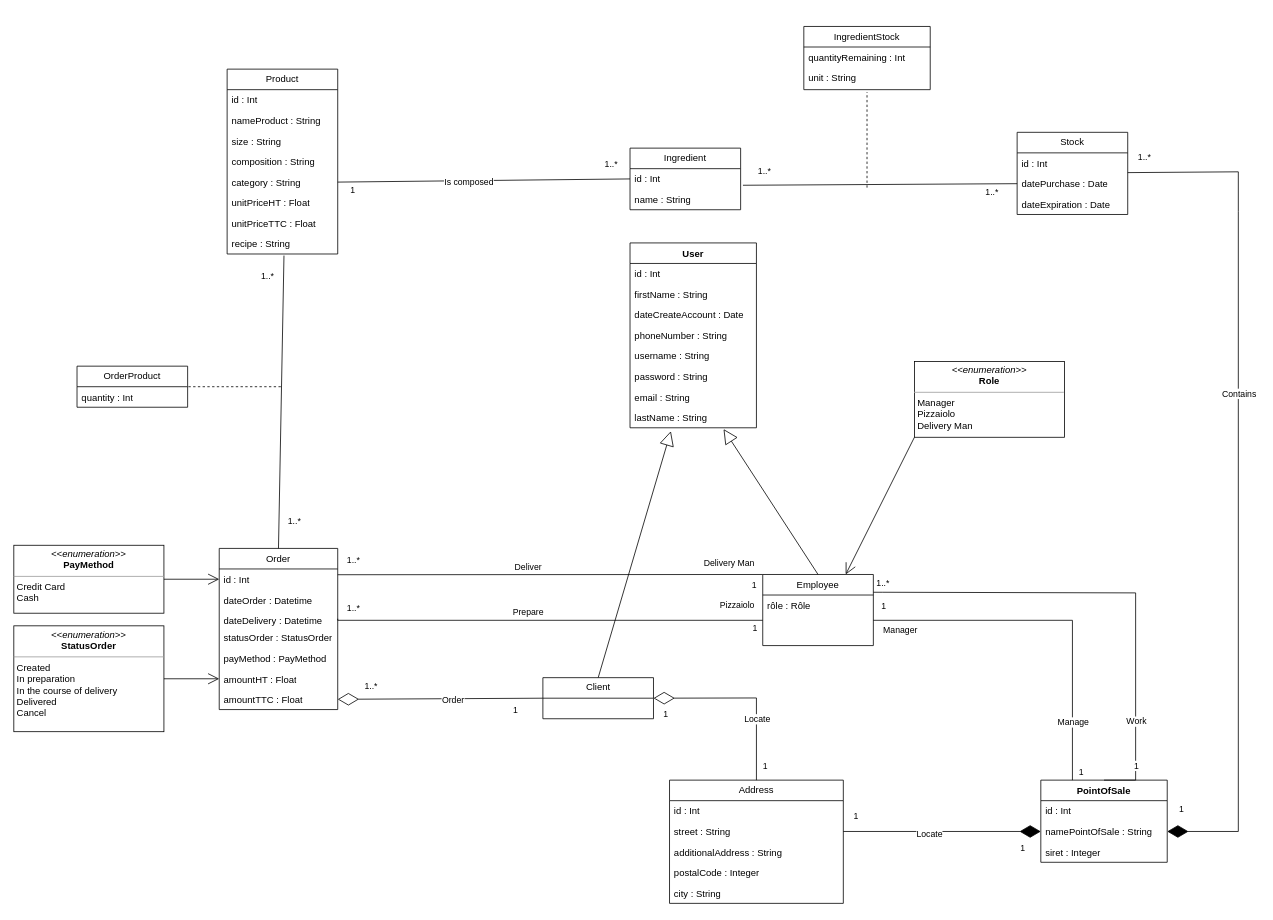
valentinfamery/Openclassrooms-Project-8 keeps this draw.io diagram as Concevez la solution technique d’un système de gestion de pizzerias_Famery_Valentin_/Famery_Valentin_1_diagramme_de_classe_mmaaaa/ClassGestionPizzeria.drawio. Above is the earlier version. Source tidied: cells renumbered, new cells numbered last; positions are measured from the earlier drawing's top-left corner, leaving out a move shared by most shapes. Both pictures are drawn from the tidied source at 79%, with x=0, y=0 at pixel (13, 26).
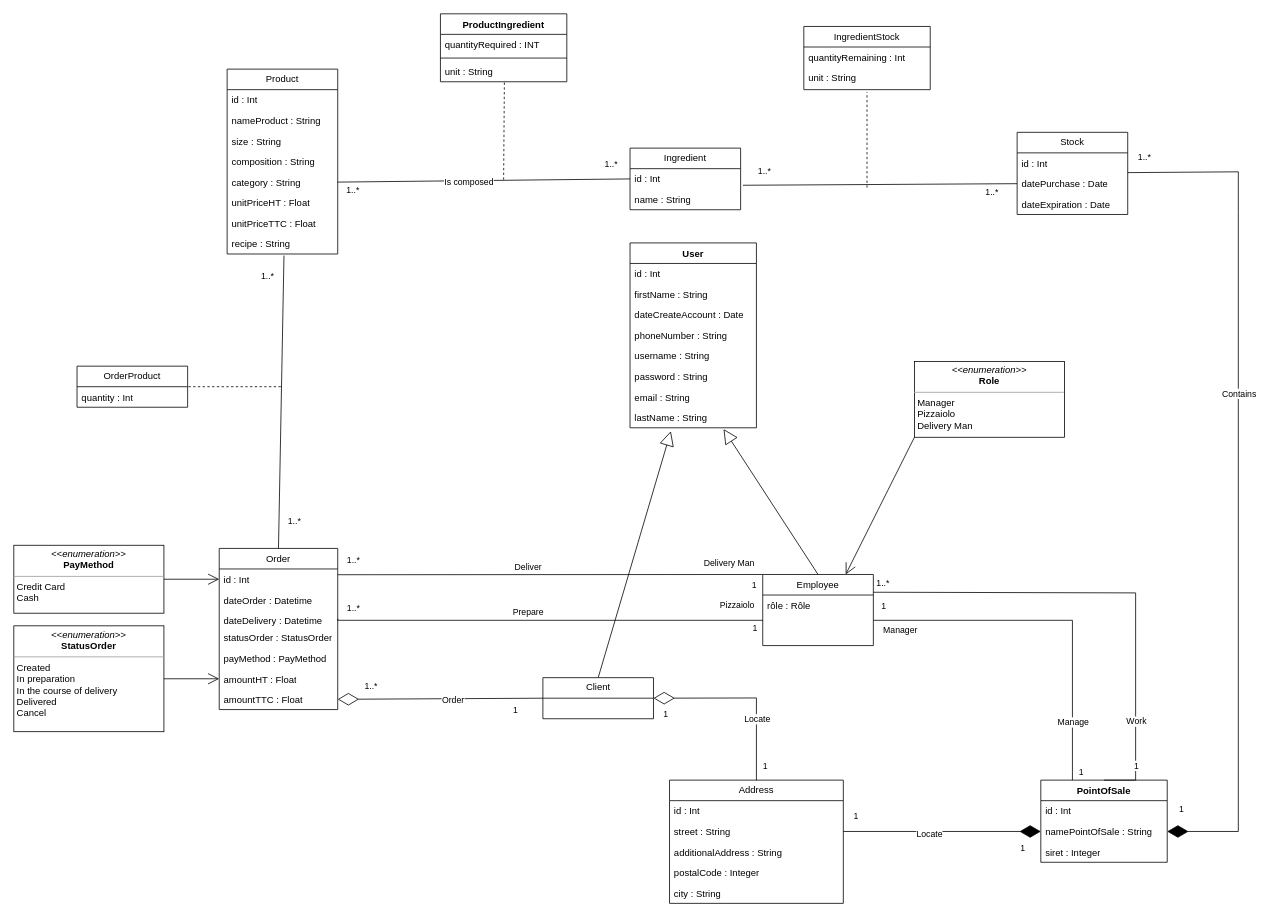
After the change.

Commit message (it also covers changes not shown here):
add new class association in class diagram

The change refers to these unchanged cells:
```xml
<mxCell id="92" style="endArrow=none;html=1;rounded=0;entryX=0;entryY=0.5;entryDx=0;entryDy=0;exitX=1;exitY=0.5;exitDx=0;exitDy=0;" parent="1" edge="1" source="54" target="59">
  <mxGeometry relative="1" as="geometry" />
</mxCell>
```

The edit, as a diff of the source:
```diff
@@
-    <mxCell id="95" value="1" style="edgeLabel;html=1;align=center;verticalAlign=middle;" parent="92" vertex="1">
+    <mxCell id="95" value="1..*" style="edgeLabel;html=1;align=center;verticalAlign=middle;" parent="92" vertex="1">
       <mxGeometry x="-0.82" y="1" relative="1" as="geometry">
         <mxPoint x="-14" y="11" as="offset" />
       </mxGeometry>
     </mxCell>
@@
+    <mxCell id="108" style="endArrow=none;dashed=1;html=1;rounded=0;entryX=0.506;entryY=1;entryDx=0;entryDy=0;entryPerimeter=0;" parent="1" edge="1" target="112">
+      <mxGeometry relative="1" as="geometry">
+        <mxPoint x="620" y="194" as="sourcePoint" />
+      </mxGeometry>
+    </mxCell>
+    <mxCell id="109" value="ProductIngredient" style="swimlane;fontStyle=1;align=center;verticalAlign=top;horizontal=1;startSize=26;whiteSpace=wrap;html=1;" parent="1" vertex="1">
+      <mxGeometry x="540" y="-16" width="160" height="86" as="geometry" />
+    </mxCell>
+    <mxCell id="110" value="quantityRequired : INT" style="text;strokeColor=none;fillColor=none;align=left;verticalAlign=top;spacingLeft=4;spacingRight=4;overflow=hidden;whiteSpace=wrap;html=1;" parent="109" vertex="1">
+      <mxGeometry y="26" width="160" height="26" as="geometry" />
+    </mxCell>
+    <mxCell id="111" style="line;strokeWidth=1;fillColor=none;align=left;verticalAlign=middle;spacingTop=-1;spacingLeft=3;spacingRight=3;labelPosition=right;strokeColor=inherit;" parent="109" vertex="1">
+      <mxGeometry y="52" width="160" height="8" as="geometry" />
+    </mxCell>
+    <mxCell id="112" value="unit : String" style="text;strokeColor=none;fillColor=none;align=left;verticalAlign=top;spacingLeft=4;spacingRight=4;overflow=hidden;points=[[0,0.5],[1,0.5]];portConstraint=eastwest;whiteSpace=wrap;html=1;" parent="109" vertex="1">
+      <mxGeometry y="60" width="160" height="26" as="geometry" />
+    </mxCell>
```
